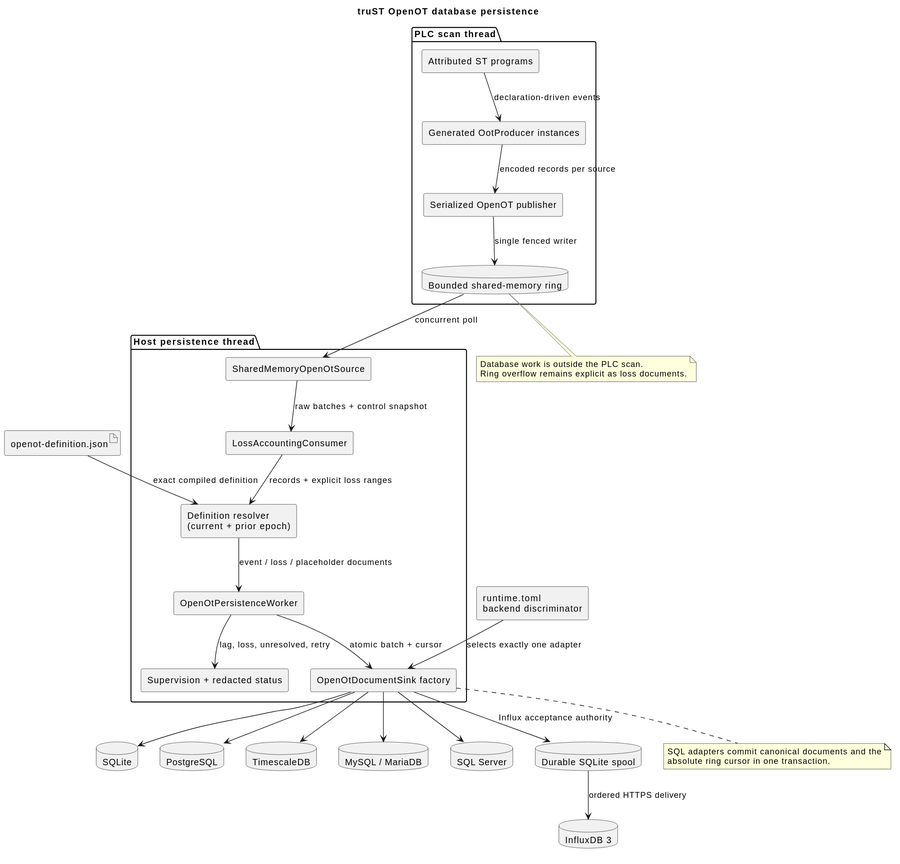
The PlantUML diagram docs/diagrams/generated/openot-database-persistence.svg in johannesPettersson80/trust-platform, before a commit. Source of this version:
```plantuml
@startuml
title truST OpenOT database persistence
skinparam componentStyle rectangle

package "PLC scan thread" {
  component "Attributed ST programs" as st
  component "Generated OotProducer instances" as producers
  component "Serialized OpenOT publisher" as publisher
  database "Bounded shared-memory ring" as ring
  st --> producers : declaration-driven events
  producers --> publisher : encoded records per source
  publisher --> ring : single fenced writer
}

package "Host persistence thread" {
  component "SharedMemoryOpenOtSource" as source
  component "LossAccountingConsumer" as loss
  component "Definition resolver\n(current + prior epoch)" as resolver
  component "OpenOtPersistenceWorker" as worker
  component "OpenOtDocumentSink factory" as factory
  component "Supervision + redacted status" as status
  ring --> source : concurrent poll
  source --> loss : raw batches + control snapshot
  loss --> resolver : records + explicit loss ranges
  resolver --> worker : event / loss / placeholder documents
  worker --> factory : atomic batch + cursor
  worker --> status : lag, loss, unresolved, retry
}

artifact "openot-definition.json" as definition
component "runtime.toml\nbackend discriminator" as toml
definition --> resolver : exact compiled definition
toml --> factory : selects exactly one adapter

database "SQLite" as sqlite
database "PostgreSQL" as postgres
database "TimescaleDB" as timescale
database "MySQL / MariaDB" as mysql
database "SQL Server" as sqlserver
database "InfluxDB 3" as influx
database "Durable SQLite spool" as spool

factory --> sqlite
factory --> postgres
factory --> timescale
factory --> mysql
factory --> sqlserver
factory --> spool : Influx acceptance authority
spool --> influx : ordered HTTPS delivery

note bottom of ring
Database work is outside the PLC scan.
Ring overflow remains explicit as loss documents.
end note

note bottom of factory
SQL adapters commit canonical documents and the
absolute ring cursor in one transaction.
end note
@enduml
```
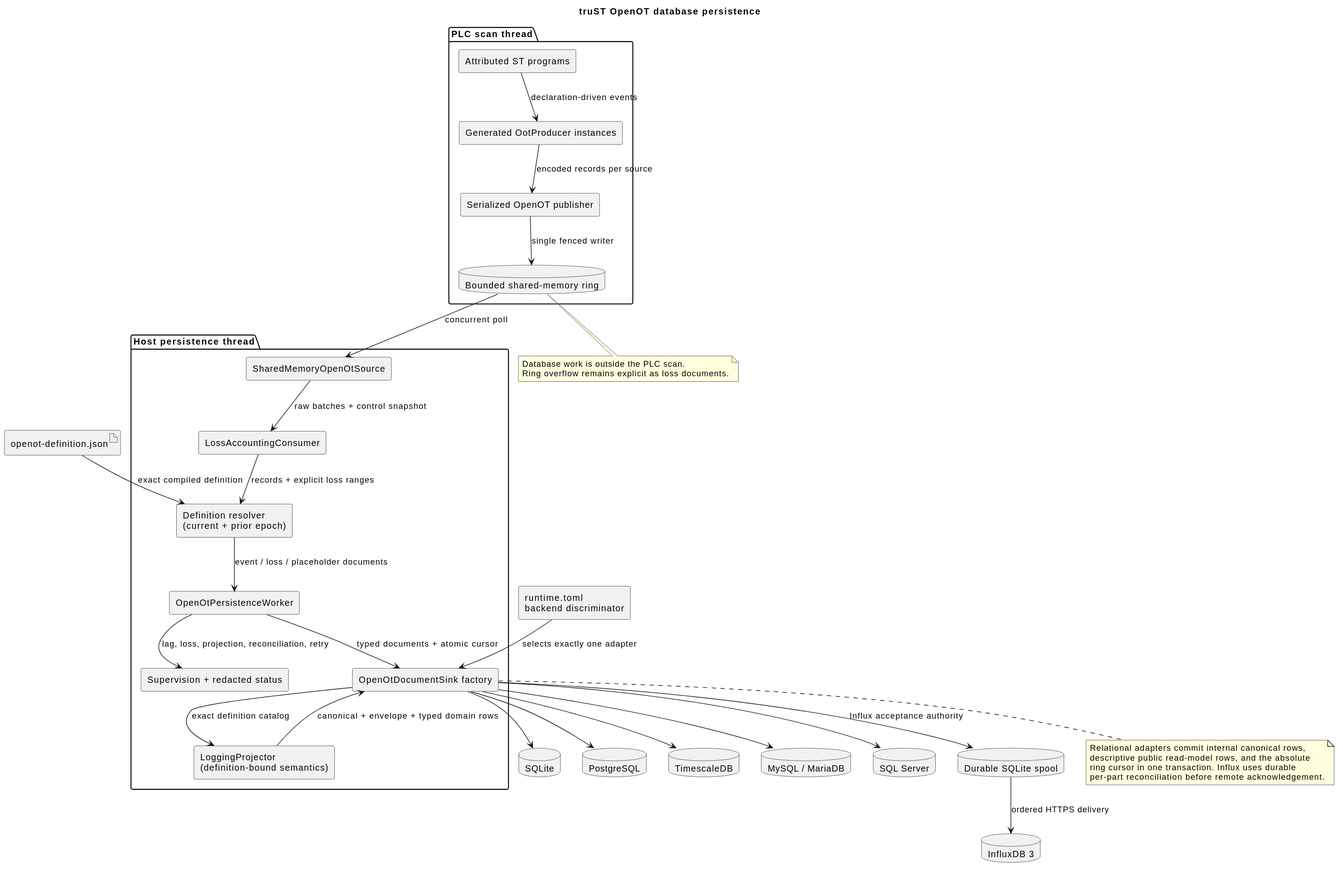
Later version of the same file.

Change to the diagram source:
```diff
@@ -17,14 +17,17 @@
   component "LossAccountingConsumer" as loss
   component "Definition resolver\n(current + prior epoch)" as resolver
   component "OpenOtPersistenceWorker" as worker
+  component "LoggingProjector\n(definition-bound semantics)" as projector
   component "OpenOtDocumentSink factory" as factory
   component "Supervision + redacted status" as status
   ring --> source : concurrent poll
   source --> loss : raw batches + control snapshot
   loss --> resolver : records + explicit loss ranges
   resolver --> worker : event / loss / placeholder documents
-  worker --> factory : atomic batch + cursor
-  worker --> status : lag, loss, unresolved, retry
+  worker --> factory : typed documents + atomic cursor
+  factory --> projector : exact definition catalog
+  projector --> factory : canonical + envelope + typed domain rows
+  worker --> status : lag, loss, projection, reconciliation, retry
 }
 
 artifact "openot-definition.json" as definition
@@ -54,7 +57,9 @@
 end note
 
 note bottom of factory
-SQL adapters commit canonical documents and the
-absolute ring cursor in one transaction.
+Relational adapters commit internal canonical rows,
+descriptive public read-model rows, and the absolute
+ring cursor in one transaction. Influx uses durable
+per-part reconciliation before remote acknowledgement.
 end note
 @enduml
```
